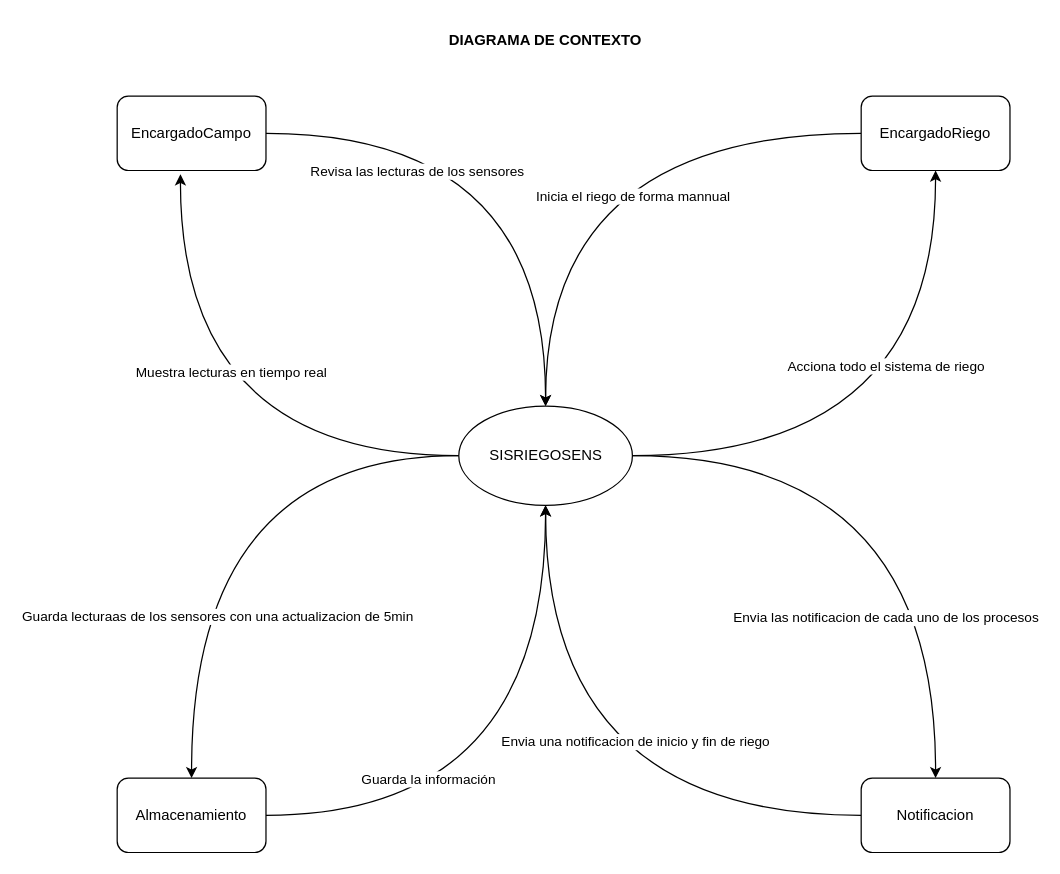
Before: DIAGRAMA DE CONTEXTO.drawio in Gelo9033/Sistema_Riego, a draw.io diagram. Source tidied: cells renumbered, new cells numbered last; positions are measured from the earlier drawing's top-left corner, leaving out a move shared by most shapes. Both pictures are drawn from the tidied source at 124%, with x=0, y=0 at pixel (117, 21).
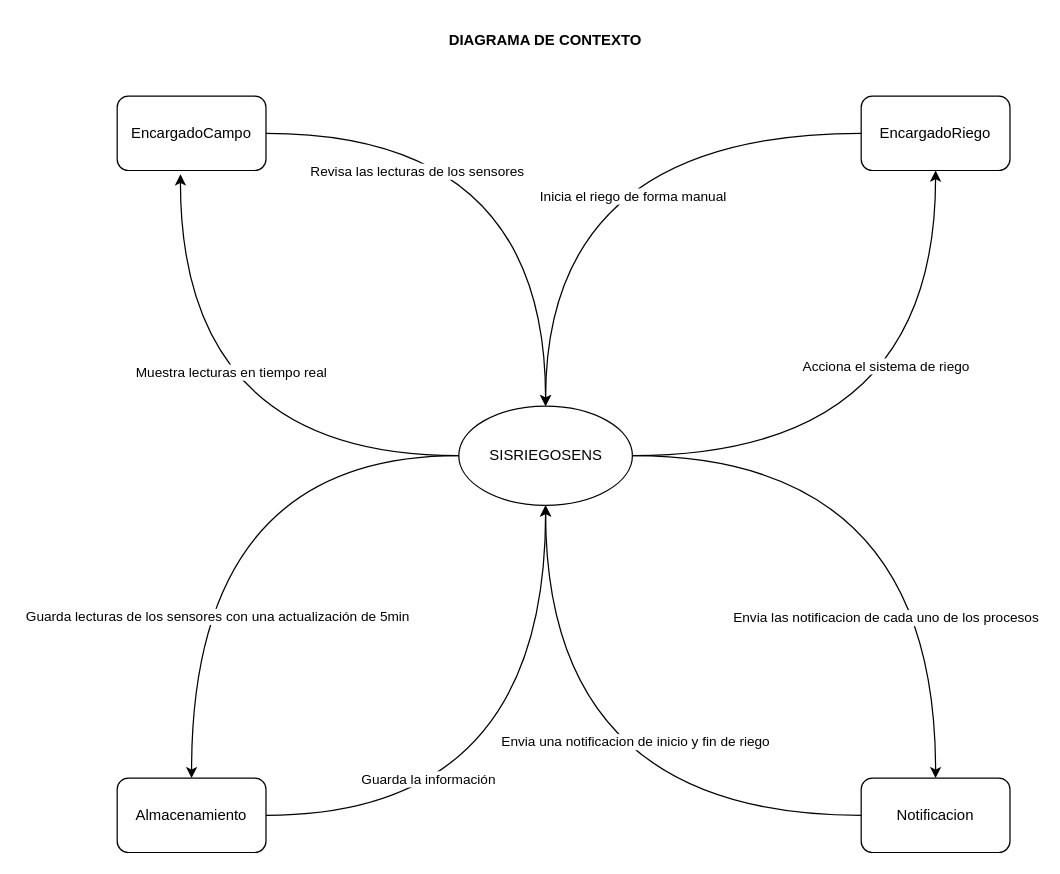
The same page after the edit.

The change refers to these unchanged cells:
```xml
<mxCell id="5" style="edgeStyle=orthogonalEdgeStyle;rounded=0;jettySize=auto;html=1;curved=1;" parent="1" edge="1" source="11" target="17">
  <mxGeometry relative="1" as="geometry" />
</mxCell>
<mxCell id="7" style="edgeStyle=orthogonalEdgeStyle;rounded=0;jettySize=auto;html=1;curved=1;" parent="1" edge="1" source="11" target="20">
  <mxGeometry relative="1" as="geometry" />
</mxCell>
<mxCell id="15" style="edgeStyle=orthogonalEdgeStyle;rounded=0;jettySize=auto;html=1;entryX=0.5;entryY=0;entryDx=0;entryDy=0;curved=1;" parent="1" edge="1" source="17" target="11">
  <mxGeometry relative="1" as="geometry" />
</mxCell>
```

Diff of the diagram source:
```diff
@@
-    <mxCell id="6" value="Acciona todo el sistema de riego" style="edgeLabel;html=1;align=center;verticalAlign=middle;" parent="5" vertex="1">
+    <mxCell id="6" value="Acciona el sistema de riego" style="edgeLabel;html=1;align=center;verticalAlign=middle;" parent="5" vertex="1">
       <mxGeometry x="0.34" y="41" relative="1" as="geometry">
         <mxPoint y="1" as="offset" />
       </mxGeometry>
     </mxCell>
@@
-    <mxCell id="8" value="Guarda lecturaas de los sensores con una actualizacion de 5min" style="edgeLabel;html=1;align=center;verticalAlign=middle;" parent="7" vertex="1">
+    <mxCell id="8" value="Guarda lecturas de los sensores con una actualización de 5min" style="edgeLabel;html=1;align=center;verticalAlign=middle;" parent="7" vertex="1">
       <mxGeometry x="-0.04" y="41" relative="1" as="geometry">
         <mxPoint x="-21" y="117" as="offset" />
       </mxGeometry>
     </mxCell>
@@
-    <mxCell id="16" value="Inicia el riego de forma mannual" style="edgeLabel;html=1;align=center;verticalAlign=middle;" parent="15" vertex="1">
+    <mxCell id="16" value="Inicia el riego de forma manual" style="edgeLabel;html=1;align=center;verticalAlign=middle;" parent="15" vertex="1">
       <mxGeometry x="0.2" y="56" relative="1" as="geometry">
         <mxPoint x="14" y="20" as="offset" />
       </mxGeometry>
     </mxCell>
```
